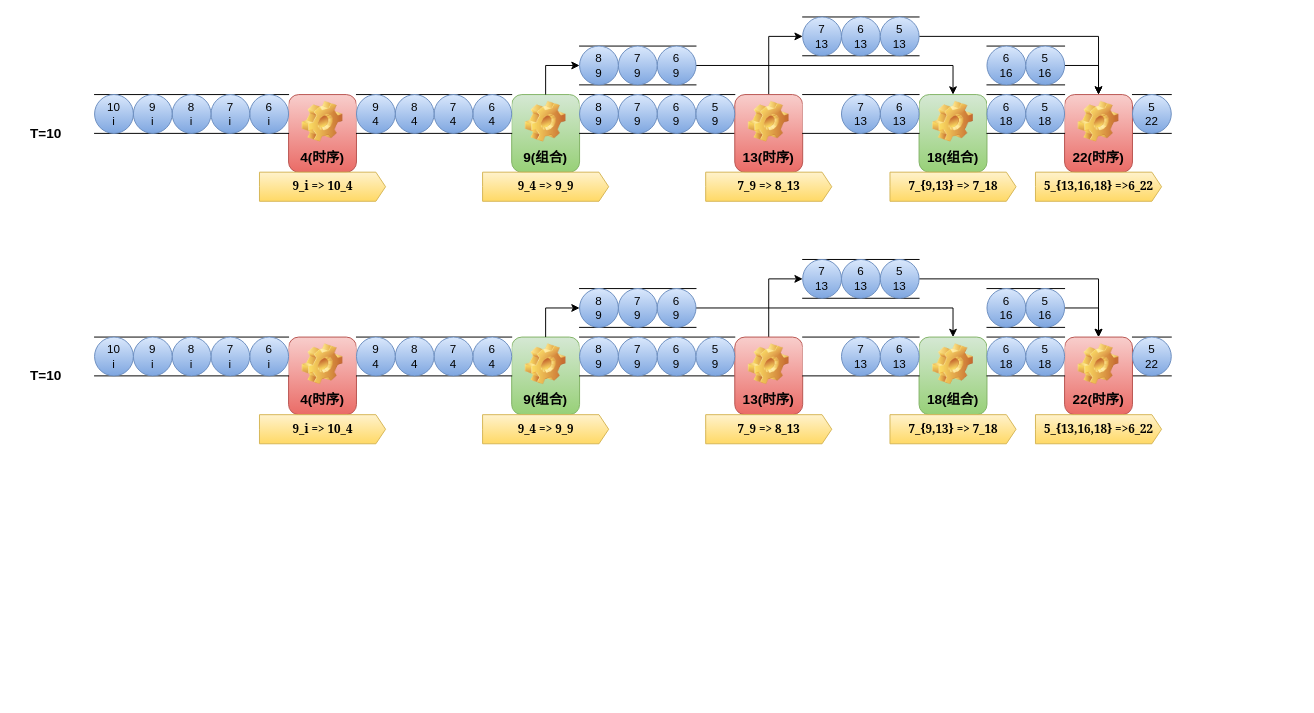
The draw.io diagram verilator_digrams/推测执行.drawio in Dercury/CLDK, before the edit. Source tidied: cells renumbered, new cells numbered last; positions are measured from the earlier drawing's top-left corner, leaving out a move shared by most shapes. Both pictures are drawn from the tidied source at 97%, with x=0, y=0 at pixel (16, 16).
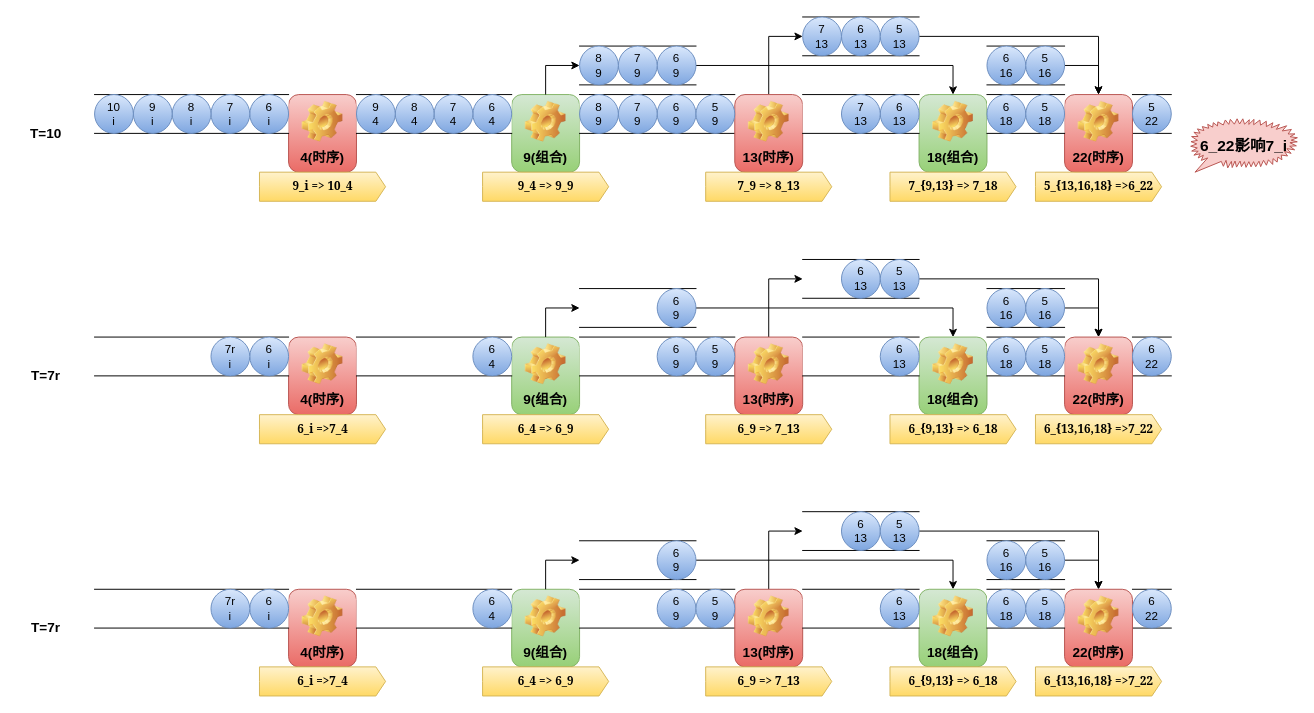
After the change.

Commit message (it also covers changes not shown here):
更新推测执行.drawio

The change refers to these unchanged cells:
```xml
<mxCell id="55" value="9(组合)" style="label;whiteSpace=wrap;html=1;align=center;verticalAlign=bottom;spacingLeft=0;spacingBottom=4;imageAlign=center;imageVerticalAlign=top;image=img/clipart/Gear_128x128.png;fontSize=14;fillColor=#d5e8d4;gradientColor=#97d077;strokeColor=#82b366;" parent="1" vertex="1">
  <mxGeometry x="510" y="330" width="70" height="80" as="geometry" />
</mxCell>
<mxCell id="87" style="html=1;dashed=0;whiteSpace=wrap;shape=partialRectangle;right=0;left=0;" parent="1" vertex="1">
  <mxGeometry x="580" y="280" width="120" height="40" as="geometry" />
</mxCell>
```

Diff of the diagram source:
```diff
@@
-    <mxCell id="66" value="T=10" style="text;html=1;align=center;verticalAlign=middle;whiteSpace=wrap;rounded=0;fontSize=14;fontStyle=1;" parent="1" vertex="1">
+    <mxCell id="66" value="T=7r" style="text;html=1;align=center;verticalAlign=middle;whiteSpace=wrap;rounded=0;fontSize=14;fontStyle=1;" parent="1" vertex="1">
       <mxGeometry y="355" width="60" height="30" as="geometry" />
     </mxCell>
-    <mxCell id="67" value="&lt;div&gt;7&lt;/div&gt;&lt;div&gt;i&lt;/div&gt;" style="ellipse;whiteSpace=wrap;html=1;fillColor=#dae8fc;gradientColor=#7ea6e0;strokeColor=#6c8ebf;" parent="1" vertex="1">
+    <mxCell id="67" value="&lt;div&gt;7r&lt;/div&gt;&lt;div&gt;i&lt;/div&gt;" style="ellipse;whiteSpace=wrap;html=1;fillColor=#dae8fc;gradientColor=#7ea6e0;strokeColor=#6c8ebf;" parent="1" vertex="1">
       <mxGeometry x="200" y="330" width="40" height="40" as="geometry" />
     </mxCell>
-    <mxCell id="68" value="&lt;div&gt;8&lt;/div&gt;&lt;div&gt;i&lt;/div&gt;" style="ellipse;whiteSpace=wrap;html=1;fillColor=#dae8fc;gradientColor=#7ea6e0;strokeColor=#6c8ebf;" parent="1" vertex="1">
-      <mxGeometry x="160" y="330" width="40" height="40" as="geometry" />
-    </mxCell>
-    <mxCell id="69" value="&lt;div&gt;9&lt;/div&gt;&lt;div&gt;i&lt;/div&gt;" style="ellipse;whiteSpace=wrap;html=1;fillColor=#dae8fc;gradientColor=#7ea6e0;strokeColor=#6c8ebf;" parent="1" vertex="1">
-      <mxGeometry x="120" y="330" width="40" height="40" as="geometry" />
-    </mxCell>
-    <mxCell id="70" value="&lt;div&gt;10&lt;/div&gt;&lt;div&gt;i&lt;/div&gt;" style="ellipse;whiteSpace=wrap;html=1;fillColor=#dae8fc;gradientColor=#7ea6e0;strokeColor=#6c8ebf;" parent="1" vertex="1">
-      <mxGeometry x="80" y="330" width="40" height="40" as="geometry" />
-    </mxCell>
-    <mxCell id="71" value="9_i =&amp;gt; 10_4" style="html=1;shadow=0;dashed=0;align=center;verticalAlign=middle;shape=mxgraph.arrows2.arrow;dy=0;dx=10;notch=0;fillColor=#fff2cc;gradientColor=#ffd966;strokeColor=#d6b656;fontFamily=Georgia;fontStyle=1;" parent="1" vertex="1">
+    <mxCell id="71" value="6_i =&amp;gt;7_4" style="html=1;shadow=0;dashed=0;align=center;verticalAlign=middle;shape=mxgraph.arrows2.arrow;dy=0;dx=10;notch=0;fillColor=#fff2cc;gradientColor=#ffd966;strokeColor=#d6b656;fontFamily=Georgia;fontStyle=1;" parent="1" vertex="1">
       <mxGeometry x="250" y="410" width="130" height="30" as="geometry" />
     </mxCell>
-    <mxCell id="72" value="9_4 =&amp;gt; 9_9" style="html=1;shadow=0;dashed=0;align=center;verticalAlign=middle;shape=mxgraph.arrows2.arrow;dy=0;dx=10;notch=0;fillColor=#fff2cc;gradientColor=#ffd966;strokeColor=#d6b656;fontFamily=Georgia;fontStyle=1;" parent="1" vertex="1">
+    <mxCell id="72" value="6_4 =&amp;gt; 6_9" style="html=1;shadow=0;dashed=0;align=center;verticalAlign=middle;shape=mxgraph.arrows2.arrow;dy=0;dx=10;notch=0;fillColor=#fff2cc;gradientColor=#ffd966;strokeColor=#d6b656;fontFamily=Georgia;fontStyle=1;" parent="1" vertex="1">
       <mxGeometry x="480" y="410" width="130" height="30" as="geometry" />
     </mxCell>
-    <mxCell id="73" value="7_9 =&amp;gt; 8_13" style="html=1;shadow=0;dashed=0;align=center;verticalAlign=middle;shape=mxgraph.arrows2.arrow;dy=0;dx=10;notch=0;fillColor=#fff2cc;gradientColor=#ffd966;strokeColor=#d6b656;fontFamily=Georgia;fontStyle=1;" parent="1" vertex="1">
+    <mxCell id="73" value="6_9 =&amp;gt; 7_13" style="html=1;shadow=0;dashed=0;align=center;verticalAlign=middle;shape=mxgraph.arrows2.arrow;dy=0;dx=10;notch=0;fillColor=#fff2cc;gradientColor=#ffd966;strokeColor=#d6b656;fontFamily=Georgia;fontStyle=1;" parent="1" vertex="1">
       <mxGeometry x="710" y="410" width="130" height="30" as="geometry" />
     </mxCell>
-    <mxCell id="74" value="7_{9,13} =&amp;gt; 7_18" style="html=1;shadow=0;dashed=0;align=center;verticalAlign=middle;shape=mxgraph.arrows2.arrow;dy=0;dx=10;notch=0;fillColor=#fff2cc;gradientColor=#ffd966;strokeColor=#d6b656;fontFamily=Georgia;fontStyle=1;" parent="1" vertex="1">
+    <mxCell id="74" value="6_{9,13} =&amp;gt; 6_18" style="html=1;shadow=0;dashed=0;align=center;verticalAlign=middle;shape=mxgraph.arrows2.arrow;dy=0;dx=10;notch=0;fillColor=#fff2cc;gradientColor=#ffd966;strokeColor=#d6b656;fontFamily=Georgia;fontStyle=1;" parent="1" vertex="1">
       <mxGeometry x="900" y="410" width="130" height="30" as="geometry" />
     </mxCell>
-    <mxCell id="75" value="5_{13,16,18} =&amp;gt;6_22" style="html=1;shadow=0;dashed=0;align=center;verticalAlign=middle;shape=mxgraph.arrows2.arrow;dy=0;dx=10;notch=0;fillColor=#fff2cc;gradientColor=#ffd966;strokeColor=#d6b656;fontFamily=Georgia;fontStyle=1;" parent="1" vertex="1">
+    <mxCell id="75" value="6_{13,16,18} =&amp;gt;7_22" style="html=1;shadow=0;dashed=0;align=center;verticalAlign=middle;shape=mxgraph.arrows2.arrow;dy=0;dx=10;notch=0;fillColor=#fff2cc;gradientColor=#ffd966;strokeColor=#d6b656;fontFamily=Georgia;fontStyle=1;" parent="1" vertex="1">
       <mxGeometry x="1050" y="410" width="130" height="30" as="geometry" />
     </mxCell>
@@
-    <mxCell id="77" value="&lt;div&gt;7&lt;/div&gt;&lt;div&gt;4&lt;/div&gt;" style="ellipse;whiteSpace=wrap;html=1;fillColor=#dae8fc;gradientColor=#7ea6e0;strokeColor=#6c8ebf;" parent="1" vertex="1">
-      <mxGeometry x="430" y="330" width="40" height="40" as="geometry" />
-    </mxCell>
-    <mxCell id="78" value="&lt;div&gt;8&lt;/div&gt;&lt;div&gt;4&lt;/div&gt;" style="ellipse;whiteSpace=wrap;html=1;fillColor=#dae8fc;gradientColor=#7ea6e0;strokeColor=#6c8ebf;" parent="1" vertex="1">
-      <mxGeometry x="390" y="330" width="40" height="40" as="geometry" />
-    </mxCell>
-    <mxCell id="79" value="&lt;div&gt;9&lt;/div&gt;&lt;div&gt;4&lt;/div&gt;" style="ellipse;whiteSpace=wrap;html=1;fillColor=#dae8fc;gradientColor=#7ea6e0;strokeColor=#6c8ebf;" parent="1" vertex="1">
-      <mxGeometry x="350" y="330" width="40" height="40" as="geometry" />
-    </mxCell>
@@
-    <mxCell id="81" value="&lt;div&gt;7&lt;/div&gt;&lt;div&gt;9&lt;/div&gt;" style="ellipse;whiteSpace=wrap;html=1;fillColor=#dae8fc;gradientColor=#7ea6e0;strokeColor=#6c8ebf;" parent="1" vertex="1">
-      <mxGeometry x="620" y="330" width="40" height="40" as="geometry" />
-    </mxCell>
-    <mxCell id="82" value="&lt;div&gt;8&lt;/div&gt;&lt;div&gt;9&lt;/div&gt;" style="ellipse;whiteSpace=wrap;html=1;fillColor=#dae8fc;gradientColor=#7ea6e0;strokeColor=#6c8ebf;" parent="1" vertex="1">
-      <mxGeometry x="580" y="330" width="40" height="40" as="geometry" />
-    </mxCell>
@@
-    <mxCell id="85" value="&lt;div&gt;7&lt;/div&gt;&lt;div&gt;13&lt;/div&gt;" style="ellipse;whiteSpace=wrap;html=1;fillColor=#dae8fc;gradientColor=#7ea6e0;strokeColor=#6c8ebf;" parent="1" vertex="1">
-      <mxGeometry x="850" y="330" width="40" height="40" as="geometry" />
-    </mxCell>
@@
-    <mxCell id="89" value="&lt;div&gt;7&lt;/div&gt;&lt;div&gt;9&lt;/div&gt;" style="ellipse;whiteSpace=wrap;html=1;fillColor=#dae8fc;gradientColor=#7ea6e0;strokeColor=#6c8ebf;" parent="1" vertex="1">
-      <mxGeometry x="620" y="280" width="40" height="40" as="geometry" />
-    </mxCell>
-    <mxCell id="90" value="&lt;div&gt;8&lt;/div&gt;&lt;div&gt;9&lt;/div&gt;" style="ellipse;whiteSpace=wrap;html=1;fillColor=#dae8fc;gradientColor=#7ea6e0;strokeColor=#6c8ebf;" parent="1" vertex="1">
-      <mxGeometry x="580" y="280" width="40" height="40" as="geometry" />
-    </mxCell>
-    <mxCell id="91" style="edgeStyle=orthogonalEdgeStyle;rounded=0;jettySize=auto;html=1;exitX=0.5;exitY=0;exitDx=0;exitDy=0;entryX=0;entryY=0.5;entryDx=0;entryDy=0;" parent="1" edge="1" source="55" target="90">
+    <mxCell id="91" style="edgeStyle=orthogonalEdgeStyle;rounded=0;jettySize=auto;html=1;exitX=0.5;exitY=0;exitDx=0;exitDy=0;entryX=0;entryY=0.5;entryDx=0;entryDy=0;" parent="1" edge="1" source="55" target="87">
       <mxGeometry relative="1" as="geometry" />
     </mxCell>
@@
-    <mxCell id="94" value="&lt;div&gt;5&lt;/div&gt;&lt;div&gt;22&lt;/div&gt;" style="ellipse;whiteSpace=wrap;html=1;fillColor=#dae8fc;gradientColor=#7ea6e0;strokeColor=#6c8ebf;" parent="1" vertex="1">
+    <mxCell id="94" value="&lt;div&gt;6&lt;/div&gt;&lt;div&gt;22&lt;/div&gt;" style="ellipse;whiteSpace=wrap;html=1;fillColor=#dae8fc;gradientColor=#7ea6e0;strokeColor=#6c8ebf;" parent="1" vertex="1">
       <mxGeometry x="1150" y="330" width="40" height="40" as="geometry" />
     </mxCell>
@@
-    <mxCell id="98" value="&lt;div&gt;7&lt;/div&gt;&lt;div&gt;13&lt;/div&gt;" style="ellipse;whiteSpace=wrap;html=1;fillColor=#dae8fc;gradientColor=#7ea6e0;strokeColor=#6c8ebf;" parent="1" vertex="1">
-      <mxGeometry x="810" y="250" width="40" height="40" as="geometry" />
-    </mxCell>
@@
+    <mxCell id="104" value="6_22影响7_i" style="whiteSpace=wrap;html=1;shape=mxgraph.basic.loud_callout;fillColor=#f8cecc;strokeColor=#b85450;fontStyle=1;fontSize=16;" parent="1" vertex="1">
+      <mxGeometry x="1210" y="105" width="110" height="55" as="geometry" />
+    </mxCell>
+    <mxCell id="105" style="html=1;dashed=0;whiteSpace=wrap;shape=partialRectangle;right=0;left=0;" parent="1" vertex="1">
+      <mxGeometry x="1150" y="590" width="40" height="40" as="geometry" />
+    </mxCell>
+    <mxCell id="106" value="4(时序)" style="label;whiteSpace=wrap;html=1;align=center;verticalAlign=bottom;spacingLeft=0;spacingBottom=4;imageAlign=center;imageVerticalAlign=top;image=img/clipart/Gear_128x128.png;fontSize=14;fillColor=#f8cecc;gradientColor=#ea6b66;strokeColor=#b85450;" parent="1" vertex="1">
+      <mxGeometry x="280" y="590" width="70" height="80" as="geometry" />
+    </mxCell>
+    <mxCell id="107" value="9(组合)" style="label;whiteSpace=wrap;html=1;align=center;verticalAlign=bottom;spacingLeft=0;spacingBottom=4;imageAlign=center;imageVerticalAlign=top;image=img/clipart/Gear_128x128.png;fontSize=14;fillColor=#d5e8d4;gradientColor=#97d077;strokeColor=#82b366;" parent="1" vertex="1">
+      <mxGeometry x="510" y="590" width="70" height="80" as="geometry" />
+    </mxCell>
+    <mxCell id="108" style="html=1;dashed=0;whiteSpace=wrap;shape=partialRectangle;right=0;left=0;" parent="1" vertex="1">
+      <mxGeometry x="80" y="590" width="200" height="40" as="geometry" />
+    </mxCell>
+    <mxCell id="109" value="&lt;div&gt;6&lt;/div&gt;&lt;div&gt;i&lt;/div&gt;" style="ellipse;whiteSpace=wrap;html=1;fillColor=#dae8fc;gradientColor=#7ea6e0;strokeColor=#6c8ebf;" parent="1" vertex="1">
+      <mxGeometry x="240" y="590" width="40" height="40" as="geometry" />
+    </mxCell>
+    <mxCell id="110" style="html=1;dashed=0;whiteSpace=wrap;shape=partialRectangle;right=0;left=0;" parent="1" vertex="1">
+      <mxGeometry x="350" y="590" width="160" height="40" as="geometry" />
+    </mxCell>
+    <mxCell id="111" style="html=1;dashed=0;whiteSpace=wrap;shape=partialRectangle;right=0;left=0;" parent="1" vertex="1">
+      <mxGeometry x="580" y="590" width="160" height="40" as="geometry" />
+    </mxCell>
+    <mxCell id="112" style="edgeStyle=orthogonalEdgeStyle;rounded=0;jettySize=auto;html=1;exitX=0.5;exitY=0;exitDx=0;exitDy=0;entryX=0;entryY=0.5;entryDx=0;entryDy=0;" parent="1" edge="1" source="113" target="137">
+      <mxGeometry relative="1" as="geometry" />
+    </mxCell>
+    <mxCell id="113" value="13(时序)" style="label;whiteSpace=wrap;html=1;align=center;verticalAlign=bottom;spacingLeft=0;spacingBottom=4;imageAlign=center;imageVerticalAlign=top;image=img/clipart/Gear_128x128.png;fontSize=14;fillColor=#f8cecc;gradientColor=#ea6b66;strokeColor=#b85450;" parent="1" vertex="1">
+      <mxGeometry x="740" y="590" width="70" height="80" as="geometry" />
+    </mxCell>
+    <mxCell id="114" value="22(时序)" style="label;whiteSpace=wrap;html=1;align=center;verticalAlign=bottom;spacingLeft=0;spacingBottom=4;imageAlign=center;imageVerticalAlign=top;image=img/clipart/Gear_128x128.png;fontSize=14;fillColor=#f8cecc;gradientColor=#ea6b66;strokeColor=#b85450;" parent="1" vertex="1">
+      <mxGeometry x="1080" y="590" width="70" height="80" as="geometry" />
+    </mxCell>
+    <mxCell id="115" value="18(组合)" style="label;whiteSpace=wrap;html=1;align=center;verticalAlign=bottom;spacingLeft=0;spacingBottom=4;imageAlign=center;imageVerticalAlign=top;image=img/clipart/Gear_128x128.png;fontSize=14;fillColor=#d5e8d4;gradientColor=#97d077;strokeColor=#82b366;" parent="1" vertex="1">
+      <mxGeometry x="930" y="590" width="70" height="80" as="geometry" />
+    </mxCell>
+    <mxCell id="116" style="html=1;dashed=0;whiteSpace=wrap;shape=partialRectangle;right=0;left=0;" parent="1" vertex="1">
+      <mxGeometry x="810" y="590" width="120" height="40" as="geometry" />
+    </mxCell>
+    <mxCell id="117" style="html=1;dashed=0;whiteSpace=wrap;shape=partialRectangle;right=0;left=0;" parent="1" vertex="1">
+      <mxGeometry x="1000" y="590" width="80" height="40" as="geometry" />
+    </mxCell>
+    <mxCell id="118" value="T=7r" style="text;html=1;align=center;verticalAlign=middle;whiteSpace=wrap;rounded=0;fontSize=14;fontStyle=1;" parent="1" vertex="1">
+      <mxGeometry y="615" width="60" height="30" as="geometry" />
+    </mxCell>
+    <mxCell id="119" value="&lt;div&gt;7r&lt;/div&gt;&lt;div&gt;i&lt;/div&gt;" style="ellipse;whiteSpace=wrap;html=1;fillColor=#dae8fc;gradientColor=#7ea6e0;strokeColor=#6c8ebf;" parent="1" vertex="1">
+      <mxGeometry x="200" y="590" width="40" height="40" as="geometry" />
+    </mxCell>
+    <mxCell id="120" value="6_i =&amp;gt;7_4" style="html=1;shadow=0;dashed=0;align=center;verticalAlign=middle;shape=mxgraph.arrows2.arrow;dy=0;dx=10;notch=0;fillColor=#fff2cc;gradientColor=#ffd966;strokeColor=#d6b656;fontFamily=Georgia;fontStyle=1;" parent="1" vertex="1">
+      <mxGeometry x="250" y="670" width="130" height="30" as="geometry" />
+    </mxCell>
+    <mxCell id="121" value="6_4 =&amp;gt; 6_9" style="html=1;shadow=0;dashed=0;align=center;verticalAlign=middle;shape=mxgraph.arrows2.arrow;dy=0;dx=10;notch=0;fillColor=#fff2cc;gradientColor=#ffd966;strokeColor=#d6b656;fontFamily=Georgia;fontStyle=1;" parent="1" vertex="1">
+      <mxGeometry x="480" y="670" width="130" height="30" as="geometry" />
+    </mxCell>
+    <mxCell id="122" value="6_9 =&amp;gt; 7_13" style="html=1;shadow=0;dashed=0;align=center;verticalAlign=middle;shape=mxgraph.arrows2.arrow;dy=0;dx=10;notch=0;fillColor=#fff2cc;gradientColor=#ffd966;strokeColor=#d6b656;fontFamily=Georgia;fontStyle=1;" parent="1" vertex="1">
+      <mxGeometry x="710" y="670" width="130" height="30" as="geometry" />
+    </mxCell>
+    <mxCell id="123" value="6_{9,13} =&amp;gt; 6_18" style="html=1;shadow=0;dashed=0;align=center;verticalAlign=middle;shape=mxgraph.arrows2.arrow;dy=0;dx=10;notch=0;fillColor=#fff2cc;gradientColor=#ffd966;strokeColor=#d6b656;fontFamily=Georgia;fontStyle=1;" parent="1" vertex="1">
+      <mxGeometry x="900" y="670" width="130" height="30" as="geometry" />
+    </mxCell>
+    <mxCell id="124" value="6_{13,16,18} =&amp;gt;7_22" style="html=1;shadow=0;dashed=0;align=center;verticalAlign=middle;shape=mxgraph.arrows2.arrow;dy=0;dx=10;notch=0;fillColor=#fff2cc;gradientColor=#ffd966;strokeColor=#d6b656;fontFamily=Georgia;fontStyle=1;" parent="1" vertex="1">
+      <mxGeometry x="1050" y="670" width="130" height="30" as="geometry" />
+    </mxCell>
+    <mxCell id="125" value="&lt;div&gt;6&lt;/div&gt;&lt;div&gt;4&lt;/div&gt;" style="ellipse;whiteSpace=wrap;html=1;fillColor=#dae8fc;gradientColor=#7ea6e0;strokeColor=#6c8ebf;" parent="1" vertex="1">
+      <mxGeometry x="470" y="590" width="40" height="40" as="geometry" />
+    </mxCell>
+    <mxCell id="126" value="&lt;div&gt;6&lt;/div&gt;&lt;div&gt;9&lt;/div&gt;" style="ellipse;whiteSpace=wrap;html=1;fillColor=#dae8fc;gradientColor=#7ea6e0;strokeColor=#6c8ebf;" parent="1" vertex="1">
+      <mxGeometry x="660" y="590" width="40" height="40" as="geometry" />
+    </mxCell>
+    <mxCell id="127" value="&lt;div&gt;5&lt;/div&gt;&lt;div&gt;9&lt;/div&gt;" style="ellipse;whiteSpace=wrap;html=1;fillColor=#dae8fc;gradientColor=#7ea6e0;strokeColor=#6c8ebf;" parent="1" vertex="1">
+      <mxGeometry x="700" y="590" width="40" height="40" as="geometry" />
+    </mxCell>
+    <mxCell id="128" value="&lt;div&gt;6&lt;/div&gt;&lt;div&gt;13&lt;/div&gt;" style="ellipse;whiteSpace=wrap;html=1;fillColor=#dae8fc;gradientColor=#7ea6e0;strokeColor=#6c8ebf;" parent="1" vertex="1">
+      <mxGeometry x="890" y="590" width="40" height="40" as="geometry" />
+    </mxCell>
+    <mxCell id="129" style="edgeStyle=orthogonalEdgeStyle;rounded=0;jettySize=auto;html=1;entryX=0.5;entryY=0;entryDx=0;entryDy=0;" parent="1" edge="1" source="130" target="115">
+      <mxGeometry relative="1" as="geometry" />
+    </mxCell>
+    <mxCell id="130" style="html=1;dashed=0;whiteSpace=wrap;shape=partialRectangle;right=0;left=0;" parent="1" vertex="1">
+      <mxGeometry x="580" y="540" width="120" height="40" as="geometry" />
+    </mxCell>
+    <mxCell id="131" value="&lt;div&gt;6&lt;/div&gt;&lt;div&gt;9&lt;/div&gt;" style="ellipse;whiteSpace=wrap;html=1;fillColor=#dae8fc;gradientColor=#7ea6e0;strokeColor=#6c8ebf;" parent="1" vertex="1">
+      <mxGeometry x="660" y="540" width="40" height="40" as="geometry" />
+    </mxCell>
+    <mxCell id="132" style="edgeStyle=orthogonalEdgeStyle;rounded=0;jettySize=auto;html=1;exitX=0.5;exitY=0;exitDx=0;exitDy=0;entryX=0;entryY=0.5;entryDx=0;entryDy=0;" parent="1" edge="1" source="107" target="130">
+      <mxGeometry relative="1" as="geometry" />
+    </mxCell>
+    <mxCell id="133" value="&lt;div&gt;6&lt;/div&gt;&lt;div&gt;18&lt;/div&gt;" style="ellipse;whiteSpace=wrap;html=1;fillColor=#dae8fc;gradientColor=#7ea6e0;strokeColor=#6c8ebf;" parent="1" vertex="1">
+      <mxGeometry x="1000" y="590" width="40" height="40" as="geometry" />
+    </mxCell>
+    <mxCell id="134" value="&lt;div&gt;5&lt;/div&gt;&lt;div&gt;18&lt;/div&gt;" style="ellipse;whiteSpace=wrap;html=1;fillColor=#dae8fc;gradientColor=#7ea6e0;strokeColor=#6c8ebf;" parent="1" vertex="1">
+      <mxGeometry x="1040" y="590" width="40" height="40" as="geometry" />
+    </mxCell>
+    <mxCell id="135" value="&lt;div&gt;6&lt;/div&gt;&lt;div&gt;22&lt;/div&gt;" style="ellipse;whiteSpace=wrap;html=1;fillColor=#dae8fc;gradientColor=#7ea6e0;strokeColor=#6c8ebf;" parent="1" vertex="1">
+      <mxGeometry x="1150" y="590" width="40" height="40" as="geometry" />
+    </mxCell>
+    <mxCell id="136" style="edgeStyle=orthogonalEdgeStyle;rounded=0;jettySize=auto;html=1;exitX=1;exitY=0.5;exitDx=0;exitDy=0;" parent="1" edge="1" source="137" target="114">
+      <mxGeometry relative="1" as="geometry" />
+    </mxCell>
+    <mxCell id="137" style="html=1;dashed=0;whiteSpace=wrap;shape=partialRectangle;right=0;left=0;" parent="1" vertex="1">
+      <mxGeometry x="810" y="510" width="120" height="40" as="geometry" />
+    </mxCell>
+    <mxCell id="138" value="&lt;div&gt;6&lt;/div&gt;&lt;div&gt;13&lt;/div&gt;" style="ellipse;whiteSpace=wrap;html=1;fillColor=#dae8fc;gradientColor=#7ea6e0;strokeColor=#6c8ebf;" parent="1" vertex="1">
+      <mxGeometry x="850" y="510" width="40" height="40" as="geometry" />
+    </mxCell>
+    <mxCell id="139" value="&lt;div&gt;5&lt;/div&gt;&lt;div&gt;13&lt;/div&gt;" style="ellipse;whiteSpace=wrap;html=1;fillColor=#dae8fc;gradientColor=#7ea6e0;strokeColor=#6c8ebf;" parent="1" vertex="1">
+      <mxGeometry x="890" y="510" width="40" height="40" as="geometry" />
+    </mxCell>
+    <mxCell id="140" style="edgeStyle=orthogonalEdgeStyle;rounded=0;jettySize=auto;html=1;entryX=0.5;entryY=0;entryDx=0;entryDy=0;exitX=1;exitY=0.5;exitDx=0;exitDy=0;" parent="1" edge="1" source="141" target="114">
+      <mxGeometry relative="1" as="geometry" />
+    </mxCell>
+    <mxCell id="141" style="html=1;dashed=0;whiteSpace=wrap;shape=partialRectangle;right=0;left=0;" parent="1" vertex="1">
+      <mxGeometry x="1000" y="540" width="80" height="40" as="geometry" />
+    </mxCell>
+    <mxCell id="142" value="&lt;div&gt;6&lt;/div&gt;&lt;div&gt;16&lt;/div&gt;" style="ellipse;whiteSpace=wrap;html=1;fillColor=#dae8fc;gradientColor=#7ea6e0;strokeColor=#6c8ebf;" parent="1" vertex="1">
+      <mxGeometry x="1000" y="540" width="40" height="40" as="geometry" />
+    </mxCell>
+    <mxCell id="143" value="&lt;div&gt;5&lt;/div&gt;&lt;div&gt;16&lt;/div&gt;" style="ellipse;whiteSpace=wrap;html=1;fillColor=#dae8fc;gradientColor=#7ea6e0;strokeColor=#6c8ebf;" parent="1" vertex="1">
+      <mxGeometry x="1040" y="540" width="40" height="40" as="geometry" />
+    </mxCell>
```
